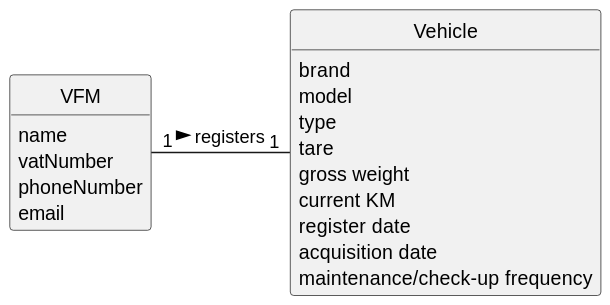
This is docs/sprint2/us006/02.analysis/svg/us006-domain-model.svg from tiagosoa/lei-24-s2-1dgh-g073, a PlantUML export, as it was before one commit.
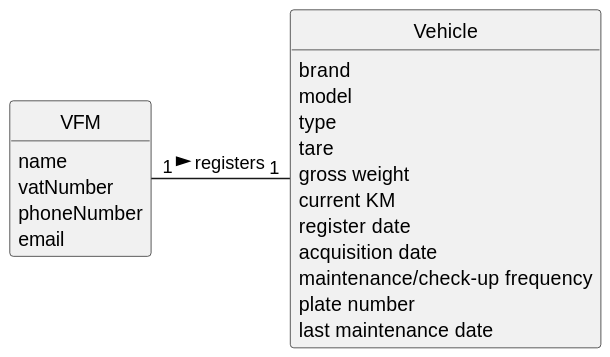
After the commit.

Change to the diagram source:
```diff
@@ -28,6 +28,8 @@
     register date
     acquisition date
     maintenance/check-up frequency
+    plate number
+    last maintenance date
 }
 
 VFM "1" - "1" Vehicle : registers >
```
